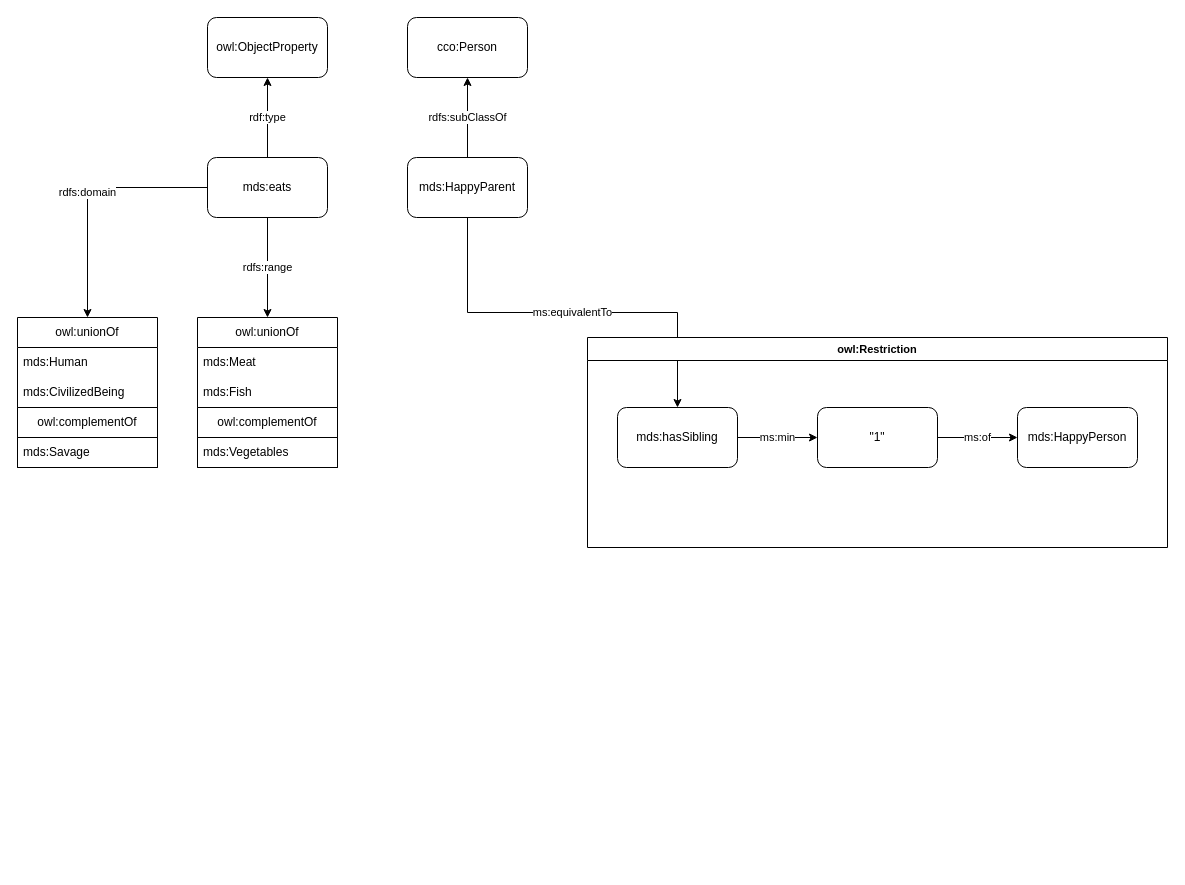
Before: container-test.drawio in cwru-sdle/CEMENTO, a draw.io diagram. Source tidied: cells renumbered, new cells numbered last; positions are measured from the earlier drawing's top-left corner, leaving out a move shared by most shapes. Both pictures are drawn from the tidied source at 100%, with x=0, y=0 at pixel (17, 17).
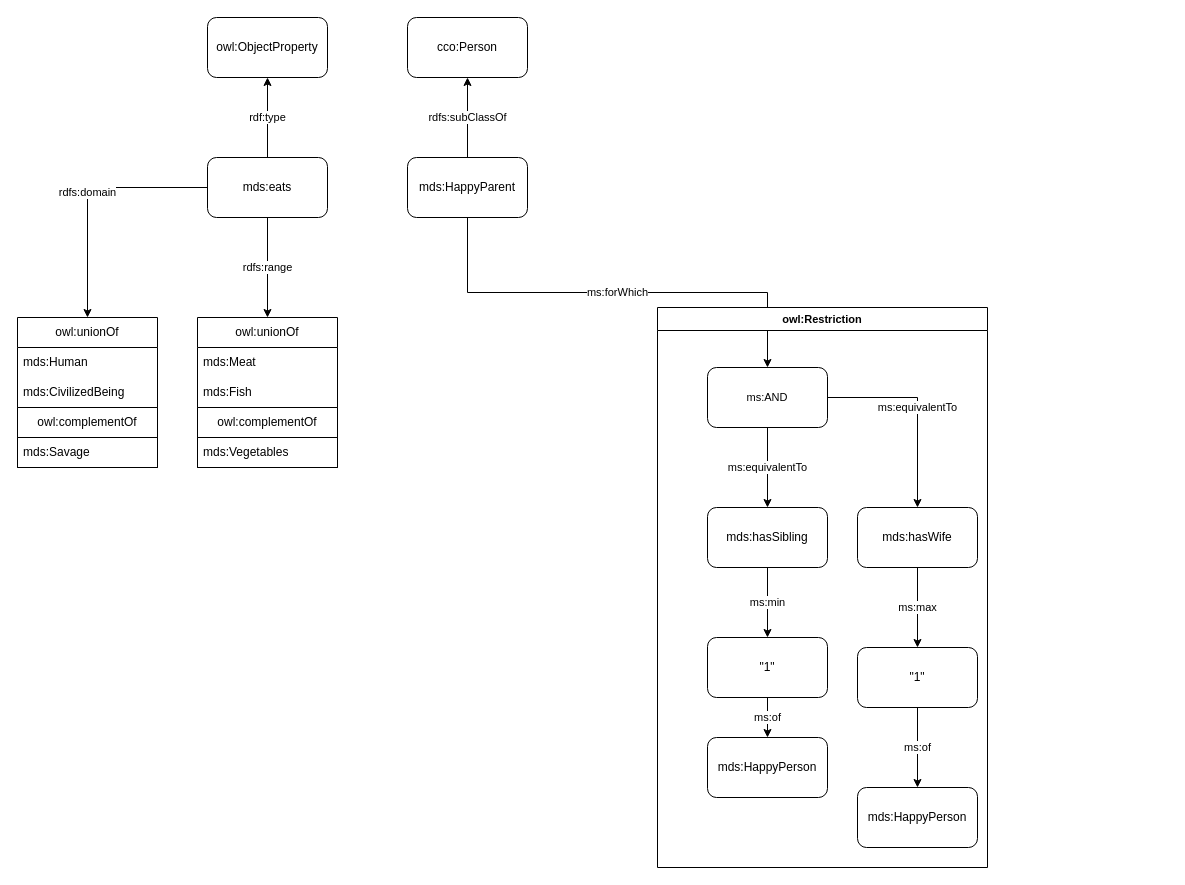
After the change.

Commit message (it also covers changes not shown here):
added container-test case

# Conflicts:
#	container-test.drawio

The change refers to these unchanged cells:
```xml
<mxCell id="15" value="mds:HappyParent" style="rounded=1;whiteSpace=wrap;html=1;" parent="1" vertex="1">
  <mxGeometry x="390" y="140" width="120" height="60" as="geometry" />
</mxCell>
```

The edit, as a diff of the source:
```diff
@@
-    <mxCell id="14" value="ms:equivalentTo" style="edgeStyle=orthogonalEdgeStyle;shape=connector;rounded=0;jettySize=auto;html=1;exitX=0.5;exitY=1;exitDx=0;exitDy=0;strokeColor=default;align=center;verticalAlign=middle;fontFamily=Helvetica;fontSize=11;fontColor=default;labelBackgroundColor=default;endArrow=classic;entryX=0.5;entryY=0;entryDx=0;entryDy=0;" parent="1" edge="1" source="15" target="23">
+    <mxCell id="14" value="ms:forWhich" style="edgeStyle=orthogonalEdgeStyle;shape=connector;rounded=0;jettySize=auto;html=1;exitX=0.5;exitY=1;exitDx=0;exitDy=0;strokeColor=default;align=center;verticalAlign=middle;fontFamily=Helvetica;fontSize=11;fontColor=default;labelBackgroundColor=default;endArrow=classic;entryX=0.5;entryY=0;entryDx=0;entryDy=0;" parent="1" edge="1" source="15" target="29">
       <mxGeometry relative="1" as="geometry" />
     </mxCell>
@@
     <mxCell id="21" value="owl:Restriction" style="swimlane;whiteSpace=wrap;html=1;fontFamily=Helvetica;fontSize=11;fontColor=default;labelBackgroundColor=default;" parent="1" vertex="1">
-      <mxGeometry x="570" y="320" width="580" height="210" as="geometry" />
+      <mxGeometry x="640" y="290" width="330" height="560" as="geometry" />
     </mxCell>
+    <mxCell id="23" value="mds:hasSibling" style="rounded=1;whiteSpace=wrap;html=1;" parent="21" vertex="1">
+      <mxGeometry x="50" y="200" width="120" height="60" as="geometry" />
+    </mxCell>
+    <mxCell id="25" value="&quot;1&quot;" style="rounded=1;whiteSpace=wrap;html=1;" parent="21" vertex="1">
+      <mxGeometry x="50" y="330" width="120" height="60" as="geometry" />
+    </mxCell>
@@
-    <mxCell id="23" value="mds:hasSibling" style="rounded=1;whiteSpace=wrap;html=1;" parent="21" vertex="1">
-      <mxGeometry x="30" y="70" width="120" height="60" as="geometry" />
-    </mxCell>
@@
-    <mxCell id="25" value="&quot;1&quot;" style="rounded=1;whiteSpace=wrap;html=1;" parent="21" vertex="1">
-      <mxGeometry x="230" y="70" width="120" height="60" as="geometry" />
-    </mxCell>
     <mxCell id="26" value="mds:HappyPerson" style="rounded=1;whiteSpace=wrap;html=1;" parent="21" vertex="1">
-      <mxGeometry x="430" y="70" width="120" height="60" as="geometry" />
+      <mxGeometry x="50" y="430" width="120" height="60" as="geometry" />
     </mxCell>
+    <mxCell id="27" value="ms:equivalentTo" style="edgeStyle=orthogonalEdgeStyle;shape=connector;rounded=0;jettySize=auto;html=1;strokeColor=default;align=center;verticalAlign=middle;fontFamily=Helvetica;fontSize=11;fontColor=default;labelBackgroundColor=default;endArrow=classic;" parent="21" edge="1" source="29" target="23">
+      <mxGeometry relative="1" as="geometry" />
+    </mxCell>
+    <mxCell id="28" value="ms:equivalentTo" style="edgeStyle=orthogonalEdgeStyle;shape=connector;rounded=0;jettySize=auto;html=1;exitX=1;exitY=0.5;exitDx=0;exitDy=0;entryX=0.5;entryY=0;entryDx=0;entryDy=0;strokeColor=default;align=center;verticalAlign=middle;fontFamily=Helvetica;fontSize=11;fontColor=default;labelBackgroundColor=default;endArrow=classic;" parent="21" edge="1" source="29" target="31">
+      <mxGeometry relative="1" as="geometry" />
+    </mxCell>
+    <mxCell id="29" value="ms:AND" style="rounded=1;whiteSpace=wrap;html=1;fontFamily=Helvetica;fontSize=11;fontColor=default;labelBackgroundColor=default;" parent="21" vertex="1">
+      <mxGeometry x="50" y="60" width="120" height="60" as="geometry" />
+    </mxCell>
+    <mxCell id="30" value="ms:max" style="edgeStyle=orthogonalEdgeStyle;shape=connector;rounded=0;jettySize=auto;html=1;strokeColor=default;align=center;verticalAlign=middle;fontFamily=Helvetica;fontSize=11;fontColor=default;labelBackgroundColor=default;endArrow=classic;" parent="21" edge="1" source="31" target="33">
+      <mxGeometry relative="1" as="geometry" />
+    </mxCell>
+    <mxCell id="31" value="mds:hasWife" style="rounded=1;whiteSpace=wrap;html=1;" parent="21" vertex="1">
+      <mxGeometry x="200" y="200" width="120" height="60" as="geometry" />
+    </mxCell>
+    <mxCell id="32" value="ms:of" style="edgeStyle=orthogonalEdgeStyle;shape=connector;rounded=0;jettySize=auto;html=1;strokeColor=default;align=center;verticalAlign=middle;fontFamily=Helvetica;fontSize=11;fontColor=default;labelBackgroundColor=default;endArrow=classic;" parent="21" edge="1" source="33" target="34">
+      <mxGeometry relative="1" as="geometry" />
+    </mxCell>
+    <mxCell id="33" value="&quot;1&quot;" style="rounded=1;whiteSpace=wrap;html=1;" parent="21" vertex="1">
+      <mxGeometry x="200" y="340" width="120" height="60" as="geometry" />
+    </mxCell>
+    <mxCell id="34" value="mds:HappyPerson" style="rounded=1;whiteSpace=wrap;html=1;" parent="21" vertex="1">
+      <mxGeometry x="200" y="480" width="120" height="60" as="geometry" />
+    </mxCell>
```
